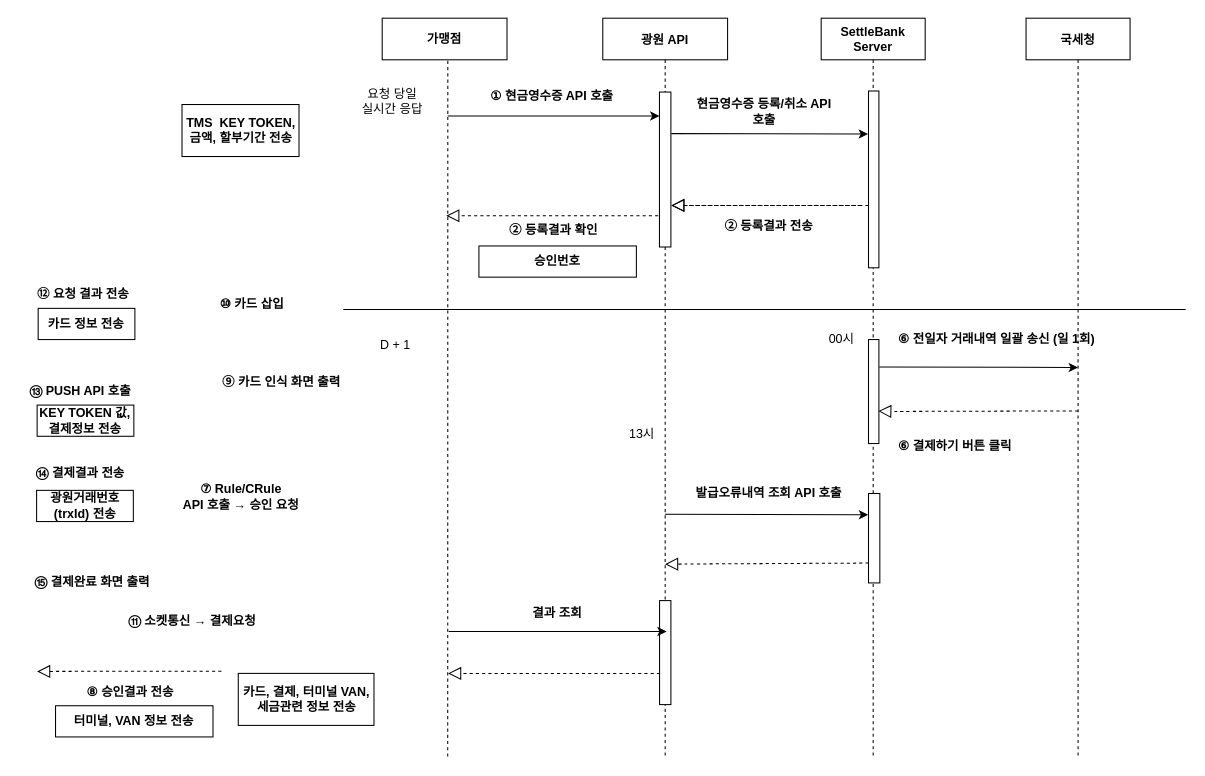
Before: Draw/210316.drawio in alsoscope/TIL, a draw.io diagram. Source tidied: cells renumbered, new cells numbered last; positions are measured from the earlier drawing's top-left corner, leaving out a move shared by most shapes. Both pictures are drawn from the tidied source at 104%, with x=0, y=0 at pixel (18, 18).
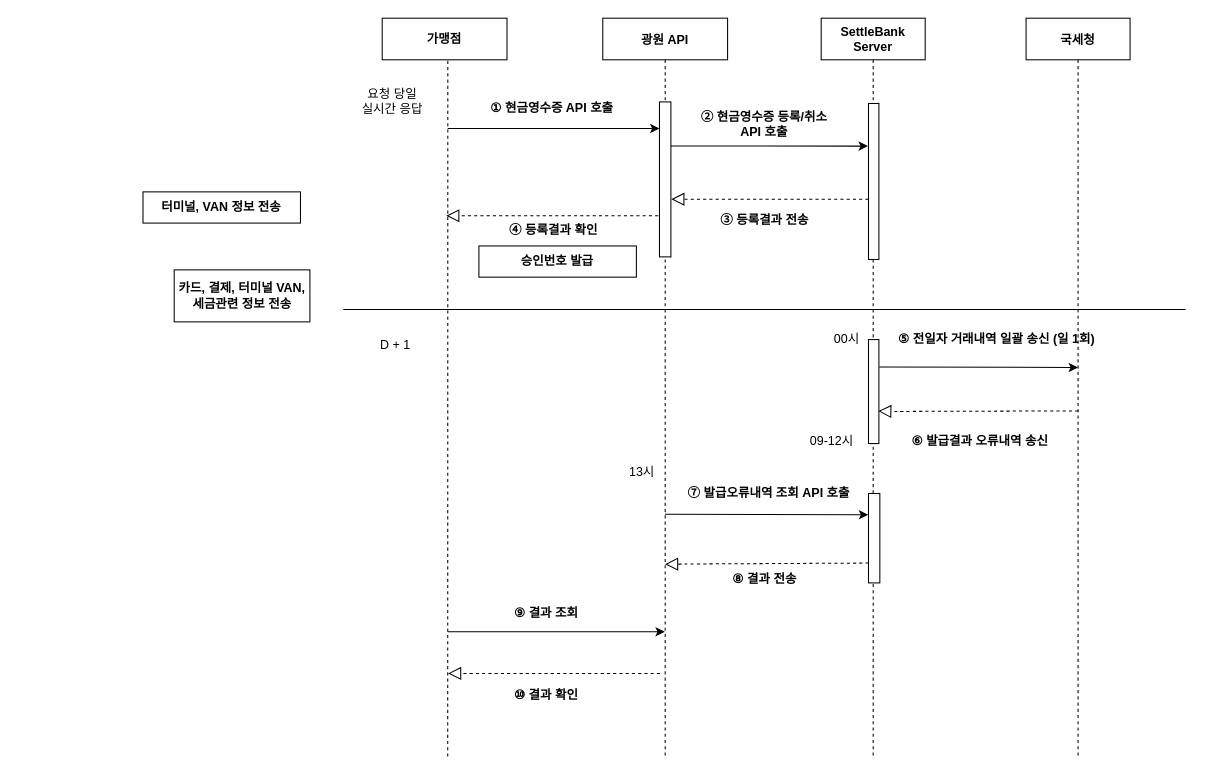
The same page after the edit.

The change refers to these unchanged cells:
```xml
<mxCell id="2" value="광원 API" style="shape=umlLifeline;perimeter=lifelinePerimeter;rounded=0;shadow=0;strokeWidth=1;fontSize=12;fontStyle=1;" parent="1" vertex="1">
  <mxGeometry x="562.1" width="120" height="710" as="geometry" />
</mxCell>
<mxCell id="6" value="SettleBank&#10;Server" style="shape=umlLifeline;perimeter=lifelinePerimeter;rounded=0;shadow=0;strokeWidth=1;size=40;fontSize=12;fontStyle=1;" parent="1" vertex="1">
  <mxGeometry x="772.1" width="100" height="710" as="geometry" />
</mxCell>
```

The edit, as a diff of the source:
```diff
@@
-    <mxCell id="3" style="points=[];perimeter=orthogonalPerimeter;rounded=0;shadow=0;strokeWidth=1;fontSize=12;fontStyle=1;" parent="2" vertex="1">
-      <mxGeometry x="54.5" y="71" width="11" height="149" as="geometry" />
-    </mxCell>
-    <mxCell id="4" style="perimeter=orthogonalPerimeter;rounded=0;shadow=0;strokeWidth=1;fontSize=12;fontStyle=1;" parent="2" vertex="1">
-      <mxGeometry x="54.6" y="560" width="10.9" height="100" as="geometry" />
-    </mxCell>
@@
     <mxCell id="8" style="points=[];perimeter=orthogonalPerimeter;rounded=0;shadow=0;strokeWidth=1;fontSize=12;fontStyle=1;" parent="6" vertex="1">
-      <mxGeometry x="45.5" y="70" width="10" height="170" as="geometry" />
+      <mxGeometry x="45.5" y="82" width="10" height="150" as="geometry" />
     </mxCell>
@@
+    <mxCell id="53" style="perimeter=orthogonalPerimeter;rounded=0;shadow=0;strokeWidth=1;fontSize=12;fontStyle=1;" parent="6" vertex="1">
+      <mxGeometry x="-155.5" y="80.5" width="11" height="149" as="geometry" />
+    </mxCell>
-    <mxCell id="10" value="&lt;font style=&quot;font-size: 12px;&quot;&gt;&lt;span lang=&quot;EN-US&quot; style=&quot;line-height: 125%; font-family: &amp;quot;맑은 고딕&amp;quot;; font-size: 12px;&quot;&gt;⑥&lt;/span&gt;&amp;nbsp;결제하기 버튼 클릭&lt;/font&gt;" style="text;html=1;strokeColor=none;fillColor=none;align=center;verticalAlign=middle;whiteSpace=wrap;rounded=0;fontSize=12;fontStyle=1;" parent="1" vertex="1">
-      <mxGeometry x="840" y="395" width="122.1" height="33" as="geometry" />
+    <mxCell id="10" value="&lt;font style=&quot;font-size: 12px&quot;&gt;&lt;span lang=&quot;EN-US&quot; style=&quot;line-height: 125% ; font-family: &amp;#34;맑은 고딕&amp;#34; ; font-size: 12px&quot;&gt;⑥&lt;/span&gt;&amp;nbsp;발급결과 오류내역 송신&lt;/font&gt;" style="text;html=1;strokeColor=none;fillColor=none;align=center;verticalAlign=middle;whiteSpace=wrap;rounded=0;fontSize=12;fontStyle=1;" parent="1" vertex="1">
+      <mxGeometry x="849.5" y="390" width="150" height="33" as="geometry" />
     </mxCell>
-    <mxCell id="11" value="&lt;font style=&quot;font-size: 12px&quot;&gt;&lt;span lang=&quot;EN-US&quot; style=&quot;line-height: 125% ; font-family: &amp;#34;맑은 고딕&amp;#34; ; font-size: 12px&quot;&gt;⑦&lt;/span&gt;&amp;nbsp;Rule/CRule &lt;br&gt;API 호출&amp;nbsp;&lt;/font&gt;→ 승인 요청" style="text;html=1;strokeColor=none;fillColor=none;align=center;verticalAlign=middle;whiteSpace=wrap;rounded=0;fontSize=12;fontStyle=1;" parent="1" vertex="1">
-      <mxGeometry x="149.5" y="450" width="128.5" height="20" as="geometry" />
-    </mxCell>
-    <mxCell id="12" value="&lt;span style=&quot;font-size: 12px;&quot;&gt;TMS&amp;nbsp; KEY TOKEN,&lt;br style=&quot;font-size: 12px;&quot;&gt;금액, 할부기간 전송&lt;br style=&quot;font-size: 12px;&quot;&gt;&lt;/span&gt;" style="rounded=0;whiteSpace=wrap;html=1;fontSize=12;fontStyle=1;" parent="1" vertex="1">
-      <mxGeometry x="157.5" y="83" width="112.5" height="50" as="geometry" />
-    </mxCell>
@@
-    <mxCell id="14" value="&lt;font style=&quot;font-size: 12px&quot;&gt;&lt;span lang=&quot;EN-US&quot; style=&quot;line-height: 125% ; font-family: &amp;#34;맑은 고딕&amp;#34; ; font-size: 12px&quot;&gt;⑧&amp;nbsp;&lt;/span&gt;승인결과 전송&lt;br style=&quot;font-size: 12px&quot;&gt;&lt;/font&gt;" style="text;html=1;strokeColor=none;fillColor=none;align=center;verticalAlign=middle;whiteSpace=wrap;rounded=0;fontSize=12;fontStyle=1;" parent="1" vertex="1">
-      <mxGeometry x="48.8" y="638.1" width="118" height="20" as="geometry" />
+    <mxCell id="14" value="&lt;font style=&quot;font-size: 12px&quot;&gt;&lt;span lang=&quot;EN-US&quot; style=&quot;line-height: 125% ; font-family: &amp;#34;맑은 고딕&amp;#34; ; font-size: 12px&quot;&gt;⑧&amp;nbsp;&lt;/span&gt;결과 전송&lt;br style=&quot;font-size: 12px&quot;&gt;&lt;/font&gt;" style="text;html=1;strokeColor=none;fillColor=none;align=center;verticalAlign=middle;whiteSpace=wrap;rounded=0;fontSize=12;fontStyle=1;" parent="1" vertex="1">
+      <mxGeometry x="658.6" y="530" width="118" height="20" as="geometry" />
     </mxCell>
-    <mxCell id="15" value="&lt;font style=&quot;font-size: 12px;&quot;&gt;⑨ 카드 인식 화면 출력&amp;nbsp;&lt;/font&gt;" style="text;html=1;strokeColor=none;fillColor=none;align=center;verticalAlign=middle;whiteSpace=wrap;rounded=0;fontSize=12;fontStyle=1;" parent="1" vertex="1">
-      <mxGeometry x="190.2" y="340" width="129.8" height="20" as="geometry" />
+    <mxCell id="15" value="&lt;font style=&quot;font-size: 12px&quot;&gt;⑨&amp;nbsp;&lt;/font&gt;&lt;span style=&quot;font-family: &amp;#34;맑은 고딕&amp;#34;&quot;&gt;결과 조회&lt;/span&gt;" style="text;html=1;strokeColor=none;fillColor=none;align=center;verticalAlign=middle;whiteSpace=wrap;rounded=0;fontSize=12;fontStyle=1;" parent="1" vertex="1">
+      <mxGeometry x="443" y="562" width="129.8" height="20" as="geometry" />
     </mxCell>
-    <mxCell id="16" style="endArrow=classic;html=1;fontSize=12;fontStyle=1;" parent="1" edge="1">
-      <mxGeometry relative="1" as="geometry">
-        <mxPoint x="413.9" y="589.7" as="sourcePoint" />
-        <mxPoint x="623.5" y="589.7" as="targetPoint" />
-      </mxGeometry>
-    </mxCell>
-    <mxCell id="17" value="&lt;font style=&quot;font-size: 12px;&quot;&gt;&lt;span lang=&quot;EN-US&quot; style=&quot;line-height: 125%; font-family: &amp;quot;맑은 고딕&amp;quot;; font-size: 12px;&quot;&gt;⑩&lt;/span&gt;&amp;nbsp;카드 삽입&lt;/font&gt;" style="text;html=1;strokeColor=none;fillColor=none;align=center;verticalAlign=middle;whiteSpace=wrap;rounded=0;fontSize=12;fontStyle=1;" parent="1" vertex="1">
-      <mxGeometry x="180" y="265" width="90" height="20" as="geometry" />
+    <mxCell id="17" value="&lt;font style=&quot;font-size: 12px&quot;&gt;&lt;span lang=&quot;EN-US&quot; style=&quot;line-height: 125% ; font-family: &amp;#34;맑은 고딕&amp;#34; ; font-size: 12px&quot;&gt;⑩&lt;/span&gt;&amp;nbsp;결과 확인&lt;/font&gt;" style="text;html=1;strokeColor=none;fillColor=none;align=center;verticalAlign=middle;whiteSpace=wrap;rounded=0;fontSize=12;fontStyle=1;" parent="1" vertex="1">
+      <mxGeometry x="462.9" y="641.1" width="90" height="20" as="geometry" />
     </mxCell>
-    <mxCell id="18" value="&lt;font style=&quot;font-size: 12px;&quot;&gt;&lt;span lang=&quot;EN-US&quot; style=&quot;line-height: 125%; font-family: &amp;quot;맑은 고딕&amp;quot;; font-size: 12px;&quot;&gt;⑪&lt;/span&gt;&amp;nbsp;소켓통신 → 결제요청&lt;/font&gt;" style="text;html=1;strokeColor=none;fillColor=none;align=center;verticalAlign=middle;whiteSpace=wrap;rounded=0;fontSize=12;fontStyle=1;" parent="1" vertex="1">
-      <mxGeometry x="100" y="570" width="135" height="20" as="geometry" />
-    </mxCell>
     <mxCell id="19" value="&lt;span style=&quot;font-size: 12px;&quot;&gt;카드, 결제, 터미널 VAN, 세금관련 정보 전송&lt;br style=&quot;font-size: 12px;&quot;&gt;&lt;/span&gt;" style="rounded=0;whiteSpace=wrap;html=1;fontSize=12;fontStyle=1;" parent="1" vertex="1">
-      <mxGeometry x="211.6" y="630" width="130.5" height="50" as="geometry" />
+      <mxGeometry x="150" y="242" width="130.5" height="50" as="geometry" />
     </mxCell>
-    <mxCell id="20" value="&lt;font style=&quot;font-size: 12px&quot;&gt;&amp;nbsp;⑫ 요청 결과 전송&lt;/font&gt;" style="text;html=1;strokeColor=none;fillColor=none;align=center;verticalAlign=middle;whiteSpace=wrap;rounded=0;fontSize=12;fontStyle=1;" parent="1" vertex="1">
-      <mxGeometry x="0.7" y="256" width="120" height="20" as="geometry" />
-    </mxCell>
-    <mxCell id="21" value="&lt;span style=&quot;font-size: 12px;&quot;&gt;카드 정보 전송&lt;br style=&quot;font-size: 12px;&quot;&gt;&lt;/span&gt;" style="rounded=0;whiteSpace=wrap;html=1;fontSize=12;fontStyle=1;" parent="1" vertex="1">
-      <mxGeometry x="19.2" y="279" width="93" height="30" as="geometry" />
-    </mxCell>
-    <mxCell id="22" value="&lt;font style=&quot;font-size: 12px&quot;&gt;⑬ PUSH API 호출&lt;/font&gt;" style="text;html=1;strokeColor=none;fillColor=none;align=center;verticalAlign=middle;whiteSpace=wrap;rounded=0;fontSize=12;fontStyle=1;" parent="1" vertex="1">
-      <mxGeometry x="5.9" y="349" width="108.2" height="20" as="geometry" />
-    </mxCell>
-    <mxCell id="23" value="&lt;font style=&quot;font-size: 12px&quot;&gt;&lt;span lang=&quot;EN-US&quot; style=&quot;line-height: 125% ; font-size: 12px&quot;&gt;⑭&lt;/span&gt;&amp;nbsp;결제결과 전송&lt;/font&gt;" style="text;html=1;strokeColor=none;fillColor=none;align=center;verticalAlign=middle;whiteSpace=wrap;rounded=0;fontSize=12;fontStyle=1;" parent="1" vertex="1">
-      <mxGeometry y="428" width="120" height="20" as="geometry" />
-    </mxCell>
-    <mxCell id="24" value="&lt;span style=&quot;font-size: 12px;&quot;&gt;광원거래번호&lt;br style=&quot;font-size: 12px;&quot;&gt;(trxId) 전송&lt;br style=&quot;font-size: 12px;&quot;&gt;&lt;/span&gt;" style="rounded=0;whiteSpace=wrap;html=1;fontSize=12;fontStyle=1;" parent="1" vertex="1">
-      <mxGeometry x="17.7" y="454" width="93" height="30" as="geometry" />
-    </mxCell>
-    <mxCell id="25" value="&lt;font style=&quot;font-size: 12px&quot;&gt;&lt;span lang=&quot;EN-US&quot; style=&quot;line-height: 125% ; font-size: 12px&quot;&gt;⑮&amp;nbsp;&lt;/span&gt;결제완료 화면 출력&lt;/font&gt;" style="text;html=1;strokeColor=none;fillColor=none;align=center;verticalAlign=middle;whiteSpace=wrap;rounded=0;fontSize=12;fontStyle=1;" parent="1" vertex="1">
-      <mxGeometry x="5.9" y="532" width="131.1" height="20" as="geometry" />
-    </mxCell>
@@
-    <mxCell id="27" value="&lt;span style=&quot;font-size: 12px;&quot;&gt;KEY TOKEN 값, &lt;br style=&quot;font-size: 12px;&quot;&gt;결제정보 전송&lt;/span&gt;&lt;span style=&quot;font-size: 12px;&quot;&gt;&lt;br style=&quot;font-size: 12px;&quot;&gt;&lt;/span&gt;" style="rounded=0;whiteSpace=wrap;html=1;fontSize=12;fontStyle=1;" parent="1" vertex="1">
-      <mxGeometry x="18.2" y="372" width="93" height="30" as="geometry" />
-    </mxCell>
-    <mxCell id="28" style="endArrow=classic;html=1;fontSize=12;fontStyle=1;entryX=-0.048;entryY=0.243;entryDx=0;entryDy=0;entryPerimeter=0;" parent="1" edge="1" target="8">
+    <mxCell id="28" style="endArrow=classic;html=1;fontSize=12;fontStyle=1;exitX=1.005;exitY=0.268;exitDx=0;exitDy=0;exitPerimeter=0;" parent="1" edge="1">
       <mxGeometry relative="1" as="geometry">
-        <mxPoint x="628" y="111" as="sourcePoint" />
+        <mxPoint x="627.7" y="122.9" as="sourcePoint" />
+        <mxPoint x="817" y="123" as="targetPoint" />
       </mxGeometry>
     </mxCell>
-    <mxCell id="29" value="&lt;font face=&quot;맑은 고딕&quot;&gt;현금영수증 등록/취소 API 호출&lt;/font&gt;" style="text;html=1;strokeColor=none;fillColor=none;align=center;verticalAlign=middle;whiteSpace=wrap;rounded=0;fontSize=12;fontStyle=1;" parent="1" vertex="1">
-      <mxGeometry x="645.1" y="80" width="145.1" height="20" as="geometry" />
+    <mxCell id="29" value="&lt;span style=&quot;font-family: &amp;#34;맑은 고딕&amp;#34;&quot;&gt;②&amp;nbsp;&lt;/span&gt;&lt;font face=&quot;맑은 고딕&quot;&gt;현금영수증 등록/취소 API 호출&lt;/font&gt;" style="text;html=1;strokeColor=none;fillColor=none;align=center;verticalAlign=middle;whiteSpace=wrap;rounded=0;fontSize=12;fontStyle=1;" parent="1" vertex="1">
+      <mxGeometry x="645.1" y="92" width="145.1" height="20" as="geometry" />
     </mxCell>
     <mxCell id="30" value="&lt;font style=&quot;font-size: 12px&quot;&gt;&lt;span lang=&quot;EN-US&quot; style=&quot;line-height: 125% ; font-family: &amp;#34;맑은 고딕&amp;#34; ; font-size: 12px&quot;&gt;①&amp;nbsp;&lt;/span&gt;현금영수증 API 호출&lt;/font&gt;" style="text;html=1;strokeColor=none;fillColor=none;align=center;verticalAlign=middle;whiteSpace=wrap;rounded=0;fontSize=12;fontStyle=1;" parent="1" vertex="1">
-      <mxGeometry x="438" y="65" width="151.1" height="20" as="geometry" />
+      <mxGeometry x="438" y="77" width="151.1" height="20" as="geometry" />
     </mxCell>
-    <mxCell id="31" style="endArrow=classic;html=1;fontSize=12;fontStyle=1;" parent="1" edge="1" target="3">
+    <mxCell id="31" style="endArrow=classic;html=1;fontSize=12;fontStyle=1;" parent="1" edge="1">
       <mxGeometry relative="1" as="geometry">
-        <mxPoint x="413" y="94" as="sourcePoint" />
+        <mxPoint x="413" y="106" as="sourcePoint" />
+        <mxPoint x="616.6" y="106" as="targetPoint" />
         <Array as="points">
-          <mxPoint x="413" y="94" />
-          <mxPoint x="413" y="94" />
-          <mxPoint x="493" y="94" />
+          <mxPoint x="413" y="106" />
+          <mxPoint x="413" y="106" />
+          <mxPoint x="493" y="106" />
         </Array>
       </mxGeometry>
     </mxCell>
-    <mxCell id="32" value="&lt;font style=&quot;font-size: 12px&quot;&gt;&lt;span lang=&quot;EN-US&quot; style=&quot;line-height: 125% ; font-family: &amp;#34;맑은 고딕&amp;#34; ; font-size: 12px&quot;&gt;② 등록결과 확인&lt;/span&gt;&lt;/font&gt;" style="text;html=1;strokeColor=none;fillColor=none;align=center;verticalAlign=middle;whiteSpace=wrap;rounded=0;fontSize=12;fontStyle=1;" parent="1" vertex="1">
+    <mxCell id="32" value="&lt;font style=&quot;font-size: 12px&quot;&gt;&lt;span lang=&quot;EN-US&quot; style=&quot;line-height: 125% ; font-family: &amp;#34;맑은 고딕&amp;#34; ; font-size: 12px&quot;&gt;④ 등록결과 확인&lt;/span&gt;&lt;/font&gt;" style="text;html=1;strokeColor=none;fillColor=none;align=center;verticalAlign=middle;whiteSpace=wrap;rounded=0;fontSize=12;fontStyle=1;" parent="1" vertex="1">
       <mxGeometry x="439.5" y="194" width="151.6" height="20" as="geometry" />
     </mxCell>
     <mxCell id="33" value="&lt;span style=&quot;font-size: 12px&quot;&gt;터미널,&amp;nbsp;&lt;/span&gt;&lt;span style=&quot;font-size: 12px&quot;&gt;VAN 정보 전송&lt;/span&gt;&lt;span style=&quot;font-size: 12px&quot;&gt;&lt;br style=&quot;font-size: 12px&quot;&gt;&lt;/span&gt;" style="rounded=0;whiteSpace=wrap;html=1;fontSize=12;fontStyle=1;" parent="1" vertex="1">
-      <mxGeometry x="35.9" y="661.1" width="151.4" height="30" as="geometry" />
+      <mxGeometry x="120" y="167" width="151.4" height="30" as="geometry" />
     </mxCell>
@@
-    <mxCell id="37" value="&lt;span style=&quot;font-size: 12px&quot;&gt;승인번호&lt;br style=&quot;font-size: 12px&quot;&gt;&lt;/span&gt;" style="rounded=0;whiteSpace=wrap;html=1;fontSize=12;fontStyle=1;" parent="1" vertex="1">
+    <mxCell id="37" value="&lt;span style=&quot;font-size: 12px&quot;&gt;승인번호 발급&lt;br style=&quot;font-size: 12px&quot;&gt;&lt;/span&gt;" style="rounded=0;whiteSpace=wrap;html=1;fontSize=12;fontStyle=1;" parent="1" vertex="1">
       <mxGeometry x="443" y="219" width="151.4" height="30" as="geometry" />
     </mxCell>
-    <mxCell id="38" value="&lt;font face=&quot;맑은 고딕&quot;&gt;결과 조회&lt;/font&gt;" style="text;html=1;strokeColor=none;fillColor=none;align=center;verticalAlign=middle;whiteSpace=wrap;rounded=0;fontSize=12;fontStyle=1;" parent="1" vertex="1">
-      <mxGeometry x="446" y="562" width="145.1" height="20" as="geometry" />
-    </mxCell>
@@
-    <mxCell id="40" style="startArrow=none;startFill=0;startSize=7;endArrow=block;endFill=0;endSize=10;dashed=1;html=1;fontSize=12;fontStyle=1;" parent="1" edge="1">
-      <mxGeometry relative="1" as="geometry">
-        <mxPoint x="195.4" y="628" as="sourcePoint" />
-        <mxPoint x="18.2" y="628.1" as="targetPoint" />
-        <Array as="points">
-          <mxPoint x="69.9" y="628" />
-        </Array>
-      </mxGeometry>
-    </mxCell>
@@
-    <mxCell id="42" style="startArrow=none;startFill=0;startSize=7;endArrow=block;endFill=0;endSize=10;dashed=1;html=1;fontSize=12;fontStyle=1;" parent="1" edge="1">
-      <mxGeometry relative="1" as="geometry">
-        <mxPoint x="810" y="180" as="sourcePoint" />
-        <mxPoint x="628" y="180" as="targetPoint" />
-        <Array as="points">
-          <mxPoint x="701.5" y="180" />
-        </Array>
-      </mxGeometry>
-    </mxCell>
-    <mxCell id="43" style="startArrow=none;startFill=0;startSize=7;endArrow=block;endFill=0;endSize=10;dashed=1;html=1;fontSize=12;fontStyle=1;" parent="1" edge="1" source="8">
+    <mxCell id="43" style="startArrow=none;startFill=0;startSize=7;endArrow=block;endFill=0;endSize=10;dashed=1;html=1;fontSize=12;fontStyle=1;" parent="1" edge="1">
       <mxGeometry relative="1" as="geometry">
-        <mxPoint x="628" y="180" as="targetPoint" />
+        <mxPoint x="817.6" y="174" as="sourcePoint" />
+        <mxPoint x="628" y="174" as="targetPoint" />
         <Array as="points">
-          <mxPoint x="701.5" y="180" />
+          <mxPoint x="701.5" y="174" />
         </Array>
       </mxGeometry>
     </mxCell>
-    <mxCell id="44" value="&lt;font style=&quot;font-size: 12px&quot;&gt;&lt;span lang=&quot;EN-US&quot; style=&quot;line-height: 125% ; font-family: &amp;#34;맑은 고딕&amp;#34; ; font-size: 12px&quot;&gt;② 등록결과 전송&lt;/span&gt;&lt;/font&gt;" style="text;html=1;strokeColor=none;fillColor=none;align=center;verticalAlign=middle;whiteSpace=wrap;rounded=0;fontSize=12;fontStyle=1;" parent="1" vertex="1">
-      <mxGeometry x="646.3" y="190" width="151.6" height="20" as="geometry" />
+    <mxCell id="44" value="&lt;font style=&quot;font-size: 12px&quot;&gt;&lt;span lang=&quot;EN-US&quot; style=&quot;line-height: 125% ; font-family: &amp;#34;맑은 고딕&amp;#34; ; font-size: 12px&quot;&gt;③ 등록결과 전송&lt;/span&gt;&lt;/font&gt;" style="text;html=1;strokeColor=none;fillColor=none;align=center;verticalAlign=middle;whiteSpace=wrap;rounded=0;fontSize=12;fontStyle=1;" parent="1" vertex="1">
+      <mxGeometry x="641.8" y="184" width="151.6" height="20" as="geometry" />
     </mxCell>
-    <mxCell id="45" value="&lt;font style=&quot;font-size: 12px&quot;&gt;&lt;span lang=&quot;EN-US&quot; style=&quot;line-height: 125% ; font-family: &amp;#34;맑은 고딕&amp;#34; ; font-size: 12px&quot;&gt;⑥&lt;/span&gt;&amp;nbsp;전일자 거래내역 일괄 송신 (일 1회)&lt;/font&gt;" style="text;html=1;strokeColor=none;fillColor=none;align=center;verticalAlign=middle;whiteSpace=wrap;rounded=0;fontSize=12;fontStyle=1;" parent="1" vertex="1">
+    <mxCell id="45" value="&lt;font style=&quot;font-size: 12px&quot;&gt;&lt;span lang=&quot;EN-US&quot; style=&quot;line-height: 125% ; font-family: &amp;#34;맑은 고딕&amp;#34; ; font-size: 12px&quot;&gt;⑤&lt;/span&gt;&amp;nbsp;전일자 거래내역 일괄 송신 (일 1회)&lt;/font&gt;" style="text;html=1;strokeColor=none;fillColor=none;align=center;verticalAlign=middle;whiteSpace=wrap;rounded=0;fontSize=12;fontStyle=1;" parent="1" vertex="1">
       <mxGeometry x="830" y="292" width="221.7" height="33" as="geometry" />
     </mxCell>
     <mxCell id="46" value="00시" style="text;html=1;strokeColor=none;fillColor=none;align=center;verticalAlign=middle;whiteSpace=wrap;rounded=0;" parent="1" vertex="1">
-      <mxGeometry x="772.1" y="298.5" width="40" height="20" as="geometry" />
+      <mxGeometry x="777.1" y="298.5" width="40" height="20" as="geometry" />
     </mxCell>
@@
-    <mxCell id="49" value="&lt;font face=&quot;맑은 고딕&quot;&gt;발급오류내역 조회 API 호출&lt;/font&gt;" style="text;html=1;strokeColor=none;fillColor=none;align=center;verticalAlign=middle;whiteSpace=wrap;rounded=0;fontSize=12;fontStyle=1;" parent="1" vertex="1">
-      <mxGeometry x="640.3" y="447" width="163.7" height="20" as="geometry" />
+    <mxCell id="49" value="&lt;span style=&quot;font-family: &amp;#34;맑은 고딕&amp;#34;&quot;&gt;⑦&amp;nbsp;&lt;/span&gt;&lt;font face=&quot;맑은 고딕&quot;&gt;발급오류내역 조회 API 호출&lt;/font&gt;" style="text;html=1;strokeColor=none;fillColor=none;align=center;verticalAlign=middle;whiteSpace=wrap;rounded=0;fontSize=12;fontStyle=1;" parent="1" vertex="1">
+      <mxGeometry x="627.3" y="447" width="189.7" height="20" as="geometry" />
     </mxCell>
     <mxCell id="50" value="13시" style="text;html=1;strokeColor=none;fillColor=none;align=center;verticalAlign=middle;whiteSpace=wrap;rounded=0;" parent="1" vertex="1">
-      <mxGeometry x="580" y="390" width="40" height="20" as="geometry" />
+      <mxGeometry x="580" y="427" width="40" height="20" as="geometry" />
     </mxCell>
@@
+    <mxCell id="54" style="endArrow=classic;html=1;fontSize=12;fontStyle=1;entryX=0.497;entryY=0.831;entryDx=0;entryDy=0;entryPerimeter=0;" parent="1" edge="1" target="2">
+      <mxGeometry relative="1" as="geometry">
+        <mxPoint x="413" y="590" as="sourcePoint" />
+      </mxGeometry>
+    </mxCell>
+    <mxCell id="55" value="09-12시" style="text;html=1;strokeColor=none;fillColor=none;align=center;verticalAlign=middle;whiteSpace=wrap;rounded=0;" parent="1" vertex="1">
+      <mxGeometry x="748.2" y="396.5" width="68.9" height="20" as="geometry" />
+    </mxCell>
```
